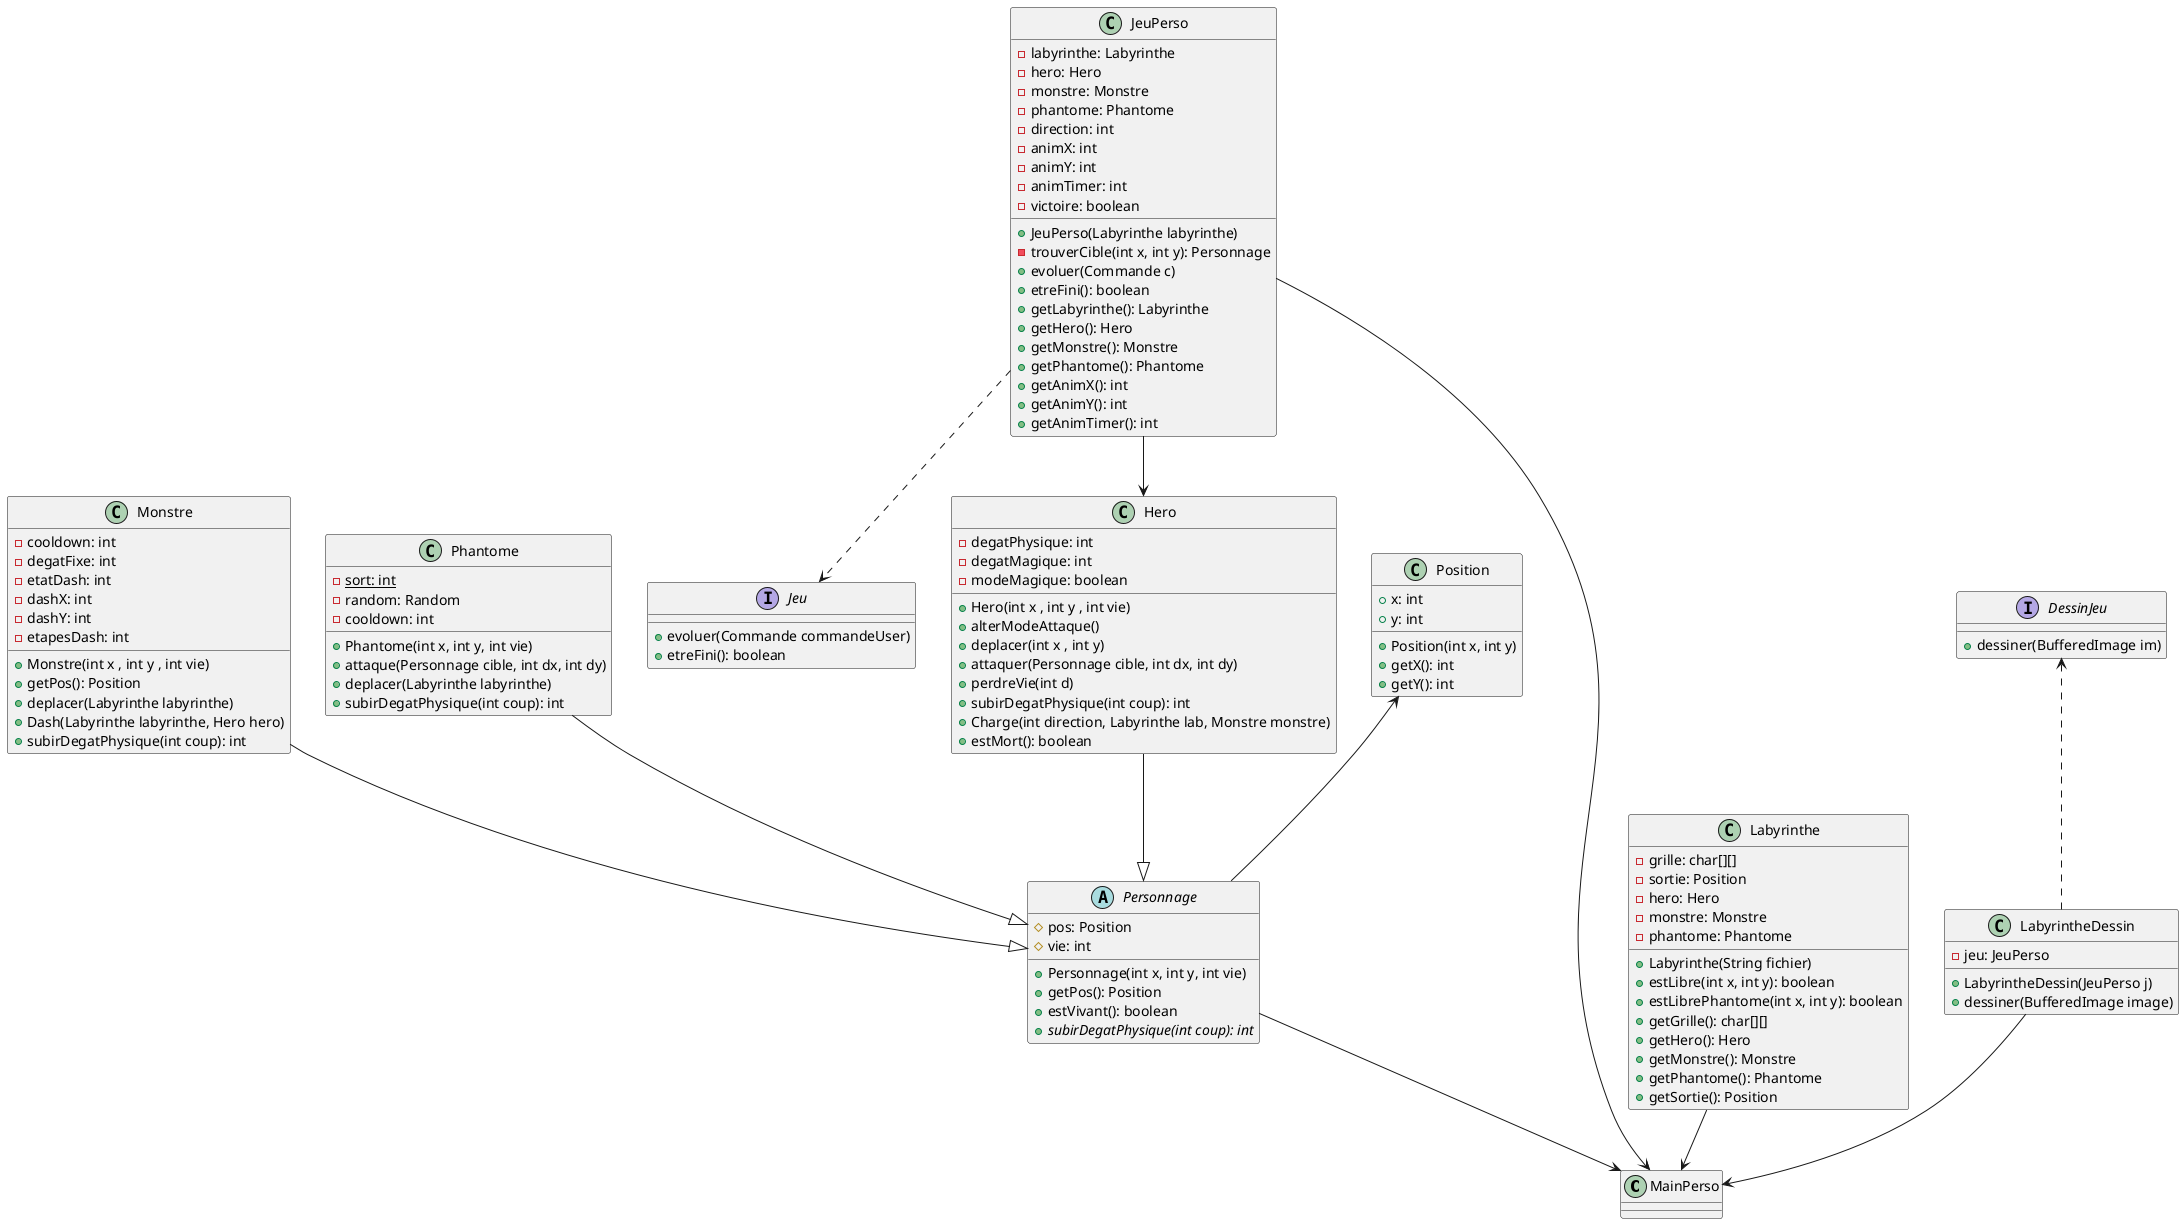
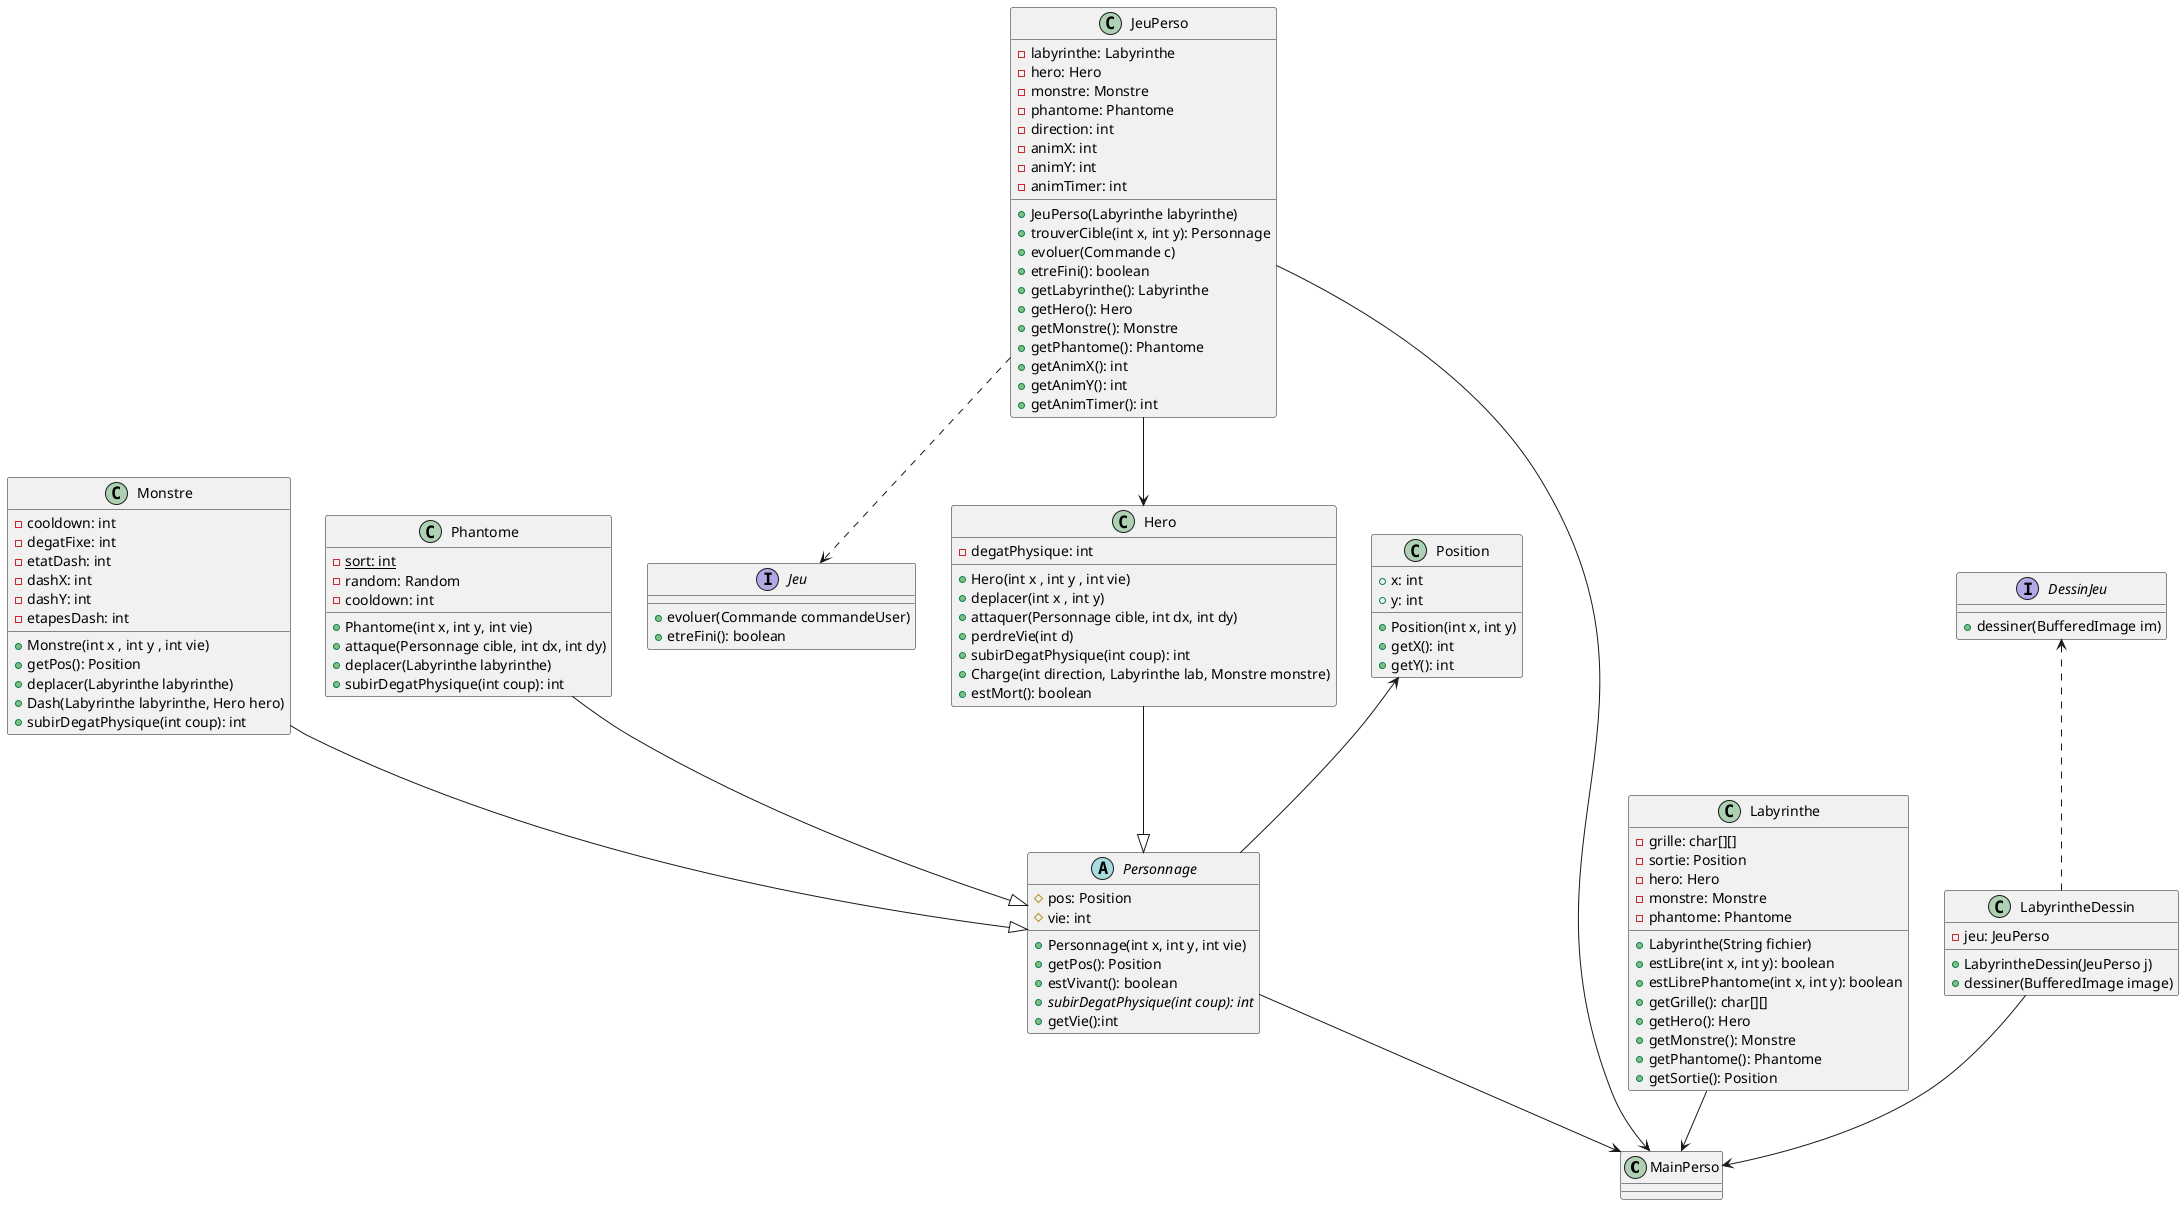
@startuml
'https://plantuml.com/class-diagram

class MainPerso

interface Jeu{
+evoluer(Commande commandeUser)
+etreFini(): boolean
}

class Monstre{
-cooldown: int
-degatFixe: int
-etatDash: int
-dashX: int
-dashY: int
-etapesDash: int
+Monstre(int x , int y , int vie)
+getPos(): Position
+deplacer(Labyrinthe labyrinthe)
+Dash(Labyrinthe labyrinthe, Hero hero)
+subirDegatPhysique(int coup): int
}

class Phantome{
-{static} sort: int
-random: Random
-cooldown: int
+Phantome(int x, int y, int vie)
+attaque(Personnage cible, int dx, int dy)
+deplacer(Labyrinthe labyrinthe)
+subirDegatPhysique(int coup): int
}

abstract Personnage{
#pos: Position
#vie: int
+Personnage(int x, int y, int vie)
+getPos(): Position
+estVivant(): boolean
+{abstract} subirDegatPhysique(int coup): int
+ +getVie():int
}

class Hero{
-degatPhysique: int
- -degatMagique: int
- -modeMagique: boolean
+Hero(int x , int y , int vie)
- +alterModeAttaque()
+deplacer(int x , int y)
+attaquer(Personnage cible, int dx, int dy)
+perdreVie(int d)
+subirDegatPhysique(int coup): int
+Charge(int direction, Labyrinthe lab, Monstre monstre)
+estMort(): boolean
}

class Labyrinthe{
-grille: char[][]
-sortie: Position
-hero: Hero
-monstre: Monstre
-phantome: Phantome
+Labyrinthe(String fichier)
+estLibre(int x, int y): boolean
+estLibrePhantome(int x, int y): boolean
+getGrille(): char[][]
+getHero(): Hero
+getMonstre(): Monstre
+getPhantome(): Phantome
+getSortie(): Position
}

class LabyrintheDessin{
-jeu: JeuPerso
+LabyrintheDessin(JeuPerso j)
+dessiner(BufferedImage image)
}

interface DessinJeu{
+dessiner(BufferedImage im)
}

class JeuPerso{
-labyrinthe: Labyrinthe
-hero: Hero
-monstre: Monstre
-phantome: Phantome
-direction: int
-animX: int
-animY: int
-animTimer: int
- -victoire: boolean
+JeuPerso(Labyrinthe labyrinthe)
- -trouverCible(int x, int y): Personnage
+ +trouverCible(int x, int y): Personnage
+evoluer(Commande c)
+etreFini(): boolean
+getLabyrinthe(): Labyrinthe
+getHero(): Hero
+getMonstre(): Monstre
+getPhantome(): Phantome
+getAnimX(): int
+getAnimY(): int
+getAnimTimer(): int
}

class Position{
+x: int
+y: int
+Position(int x, int y)
+getX(): int
+getY(): int
}

Hero --|> Personnage
Monstre--|> Personnage
Phantome --|> Personnage
Personnage --> MainPerso
Labyrinthe --> MainPerso

Position<--Personnage
JeuPerso-->Hero

JeuPerso..>Jeu
LabyrintheDessin-->MainPerso
JeuPerso-->MainPerso

DessinJeu<.. LabyrintheDessin

@enduml